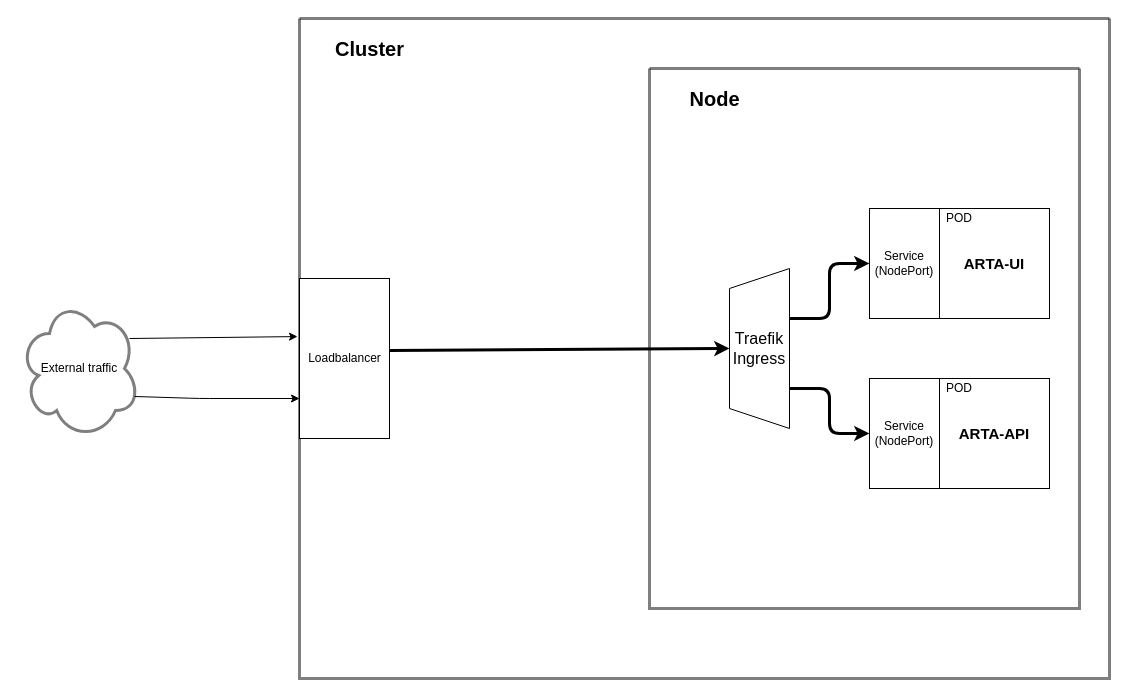
Ashwin-Raj18/git-flow keeps this draw.io diagram as Untitled Diagram.drawio. Above is the earlier version. Source tidied: cells renumbered, new cells numbered last; positions are measured from the earlier drawing's top-left corner, leaving out a move shared by most shapes. Both pictures are drawn from the tidied source at 100%, with x=0, y=0 at pixel (19, 18).
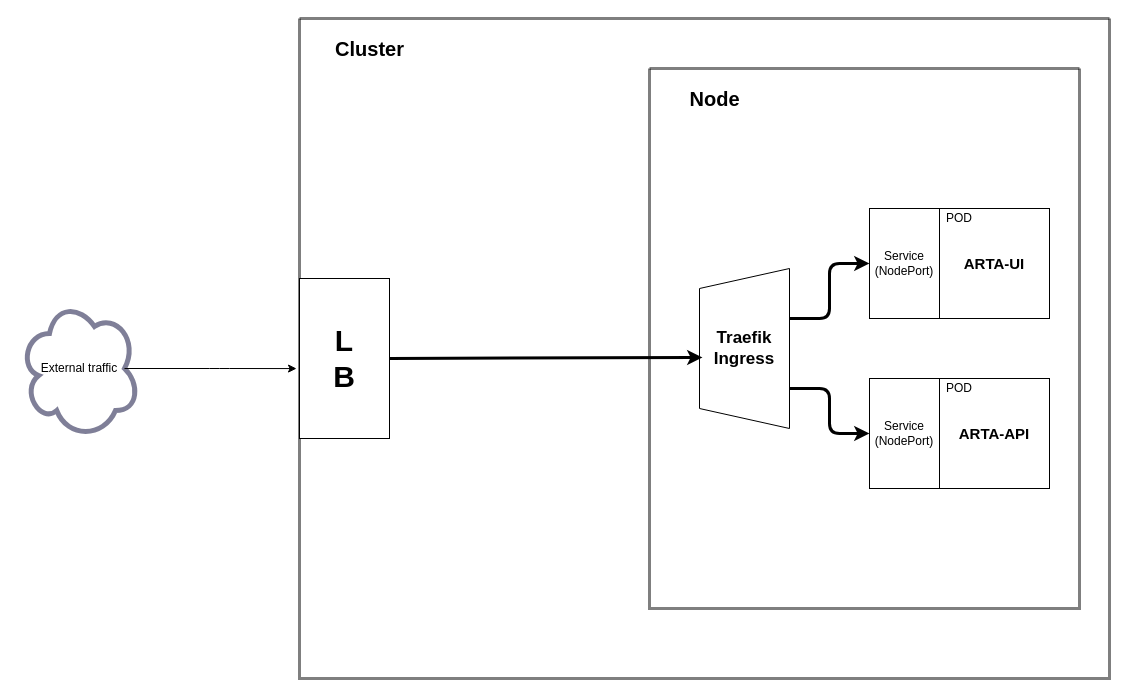
Above is the later version.

Unchanged cells that the change refers to:
```xml
<mxCell id="2" style="swimlane;startSize=0;strokeWidth=3;opacity=50;" parent="1" vertex="1">
  <mxGeometry x="280" width="810" height="660" as="geometry" />
</mxCell>
<mxCell id="6" style="swimlane;startSize=0;strokeWidth=3;opacity=50;" parent="2" vertex="1">
  <mxGeometry x="350" y="50" width="430" height="540" as="geometry" />
</mxCell>
```

What changed in the source:
```diff
@@
-    <mxCell id="3" style="rounded=0;whiteSpace=wrap;html=1;" parent="2" vertex="1">
+    <mxCell id="3" value="&lt;b style=&quot;font-size: 30px&quot;&gt;L&lt;br&gt;B&lt;/b&gt;" style="rounded=0;whiteSpace=wrap;html=1;" parent="2" vertex="1">
       <mxGeometry y="260" width="90" height="160" as="geometry" />
     </mxCell>
-    <mxCell id="4" value="Loadbalancer" style="text;html=1;strokeColor=none;fillColor=none;align=center;verticalAlign=middle;whiteSpace=wrap;rounded=0;opacity=50;rotation=0;" parent="2" vertex="1">
-      <mxGeometry x="-7.5" y="330" width="105" height="20" as="geometry" />
-    </mxCell>
@@
-    <mxCell id="8" value="&lt;span style=&quot;font-size: 16px&quot;&gt;Traefik&lt;/span&gt;&lt;br style=&quot;font-size: 16px&quot;&gt;&lt;span style=&quot;font-size: 16px&quot;&gt;Ingress&lt;/span&gt;" style="shape=trapezoid;perimeter=trapezoidPerimeter;whiteSpace=wrap;html=1;fixedSize=1;direction=north;" parent="6" vertex="1">
-      <mxGeometry x="80" y="200" width="60" height="160" as="geometry" />
+    <mxCell id="8" value="&lt;b style=&quot;font-size: 17px&quot;&gt;&lt;span&gt;Traefik&lt;/span&gt;&lt;br&gt;&lt;span&gt;Ingress&lt;/span&gt;&lt;/b&gt;" style="shape=trapezoid;perimeter=trapezoidPerimeter;whiteSpace=wrap;html=1;fixedSize=1;direction=north;" parent="6" vertex="1">
+      <mxGeometry x="50" y="200" width="90" height="160" as="geometry" />
     </mxCell>
@@
-    <mxCell id="16" style="endArrow=classic;html=1;strokeWidth=3;exitX=0.929;exitY=0.1;exitDx=0;exitDy=0;exitPerimeter=0;entryX=0.5;entryY=0;entryDx=0;entryDy=0;" parent="2" edge="1" source="4" target="8">
-      <mxGeometry relative="1" as="geometry" />
-    </mxCell>
+    <mxCell id="22" style="endArrow=classic;html=1;strokeWidth=3;exitX=1;exitY=0.5;exitDx=0;exitDy=0;entryX=0.444;entryY=0.033;entryDx=0;entryDy=0;entryPerimeter=0;" parent="2" edge="1" source="3" target="8">
+      <mxGeometry relative="1" as="geometry" />
+    </mxCell>
-    <mxCell id="17" value="External traffic" style="ellipse;shape=cloud;whiteSpace=wrap;html=1;strokeWidth=3;opacity=50;" parent="1" vertex="1">
+    <mxCell id="17" value="External traffic" style="ellipse;shape=cloud;whiteSpace=wrap;html=1;strokeWidth=5;opacity=50;strokeColor=#000033;" parent="1" vertex="1">
       <mxGeometry y="280" width="120" height="140" as="geometry" />
     </mxCell>
-    <mxCell id="18" style="endArrow=classic;html=1;entryX=-0.022;entryY=0.363;entryDx=0;entryDy=0;entryPerimeter=0;" parent="1" edge="1" target="3">
-      <mxGeometry relative="1" as="geometry">
-        <mxPoint x="110" y="320" as="sourcePoint" />
-      </mxGeometry>
-    </mxCell>
-    <mxCell id="19" style="endArrow=classic;html=1;entryX=0;entryY=0.75;entryDx=0;entryDy=0;exitX=0.96;exitY=0.7;exitDx=0;exitDy=0;exitPerimeter=0;" parent="1" edge="1" source="17" target="3">
-      <mxGeometry relative="1" as="geometry">
-        <Array as="points">
-          <mxPoint x="180" y="380" />
-        </Array>
-      </mxGeometry>
-    </mxCell>
@@
+    <mxCell id="19" style="endArrow=classic;html=1;strokeWidth=1;exitX=0.875;exitY=0.5;exitDx=0;exitDy=0;exitPerimeter=0;entryX=-0.033;entryY=0.563;entryDx=0;entryDy=0;entryPerimeter=0;" parent="1" edge="1" source="17" target="3">
+      <mxGeometry relative="1" as="geometry">
+        <Array as="points">
+          <mxPoint x="200" y="350" />
+        </Array>
+      </mxGeometry>
+    </mxCell>
```
